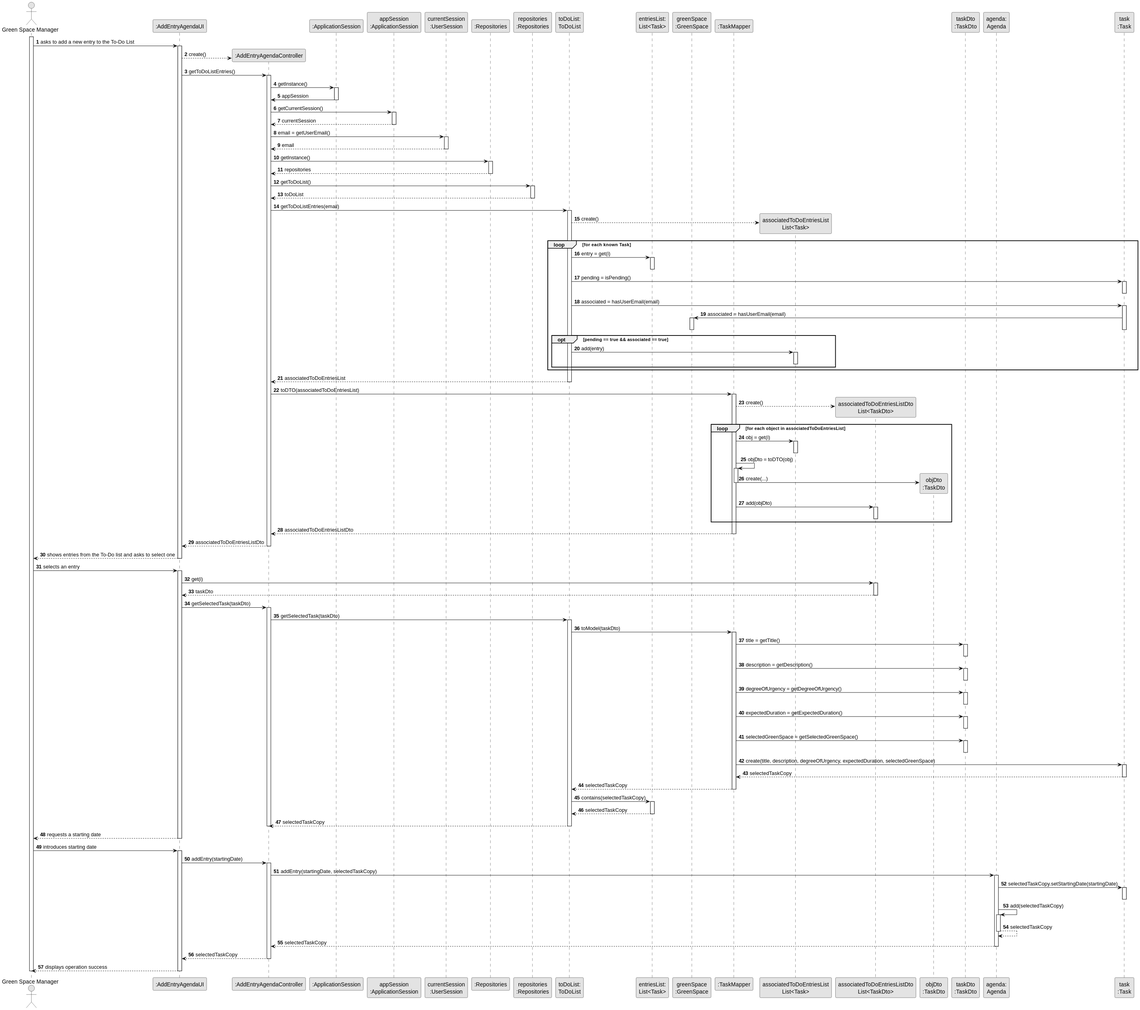
Departamento-de-Engenharia-Informatica/lei-24-s2-1dm-g132 keeps this PlantUML diagram as docs/sprintC/us022/03.design/svg/us022-sequence-diagram-full.svg. Above is the earlier version.
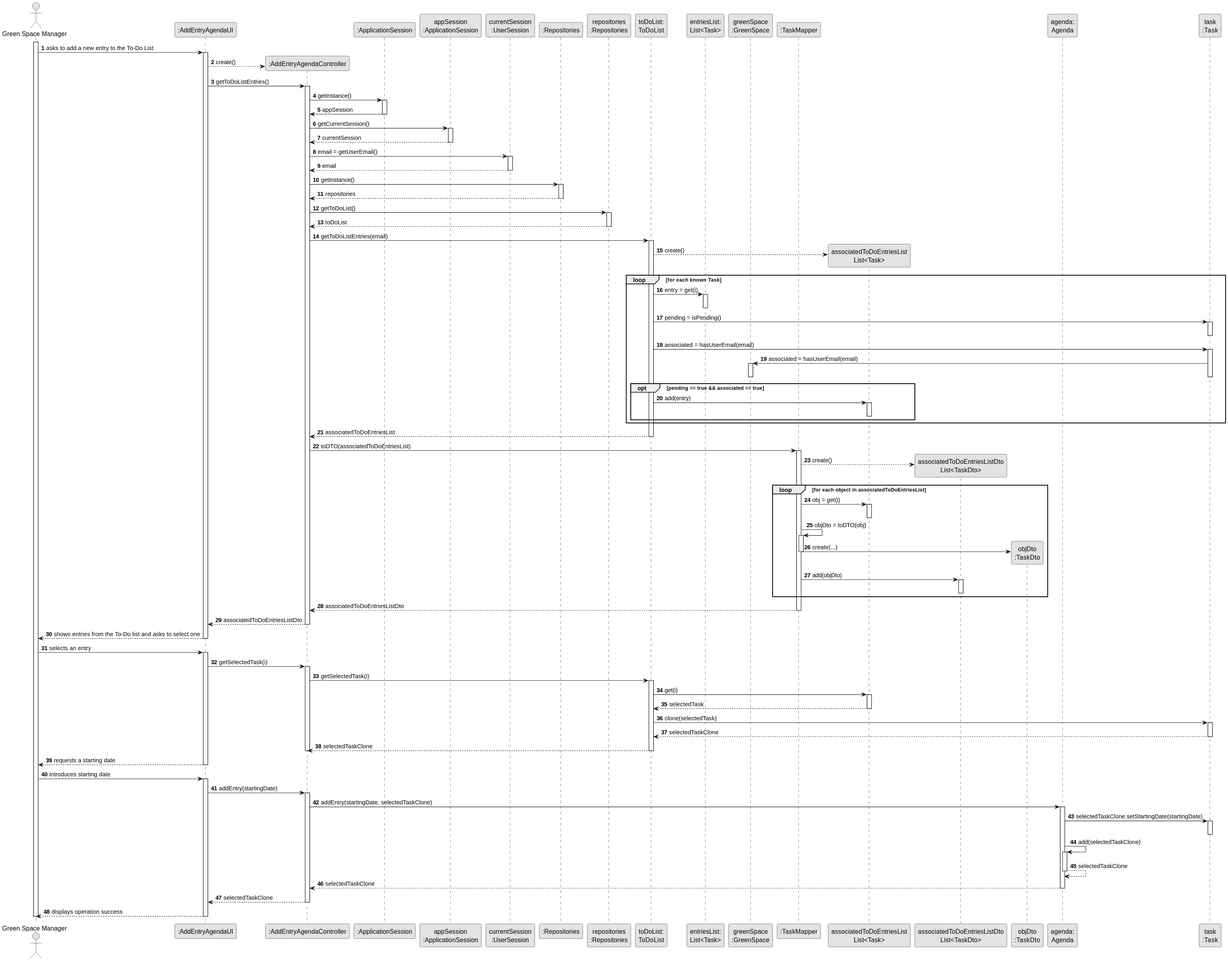
After the commit.

Commit message:
US21, US22 and US23 sequence diagram update

Diff of the diagram source:
```diff
@@ -20,7 +20,6 @@
 participant "associatedToDoEntriesList\nList<Task>" as associatedToDoEntriesList
 participant "associatedToDoEntriesListDto\nList<TaskDto>" as associatedToDoEntriesListDto
 participant "objDto\n:TaskDto" as taskDto
-participant "taskDto\n:TaskDto" as TaskDto
 participant "agenda:\nAgenda" as Agenda
 participant "task\n:Task" as Task
 
@@ -134,57 +133,26 @@
         GSM -> UI : selects an entry
         activate UI
 
-            UI -> associatedToDoEntriesListDto : get(i)
-            activate associatedToDoEntriesListDto
-
-                associatedToDoEntriesListDto --> UI : taskDto
-            deactivate associatedToDoEntriesListDto
-
-            UI -> CTRL : getSelectedTask(taskDto)
+            UI -> CTRL : getSelectedTask(i)
             activate CTRL
 
-                CTRL -> ToDoList : getSelectedTask(taskDto)
+                CTRL -> ToDoList : getSelectedTask(i)
                 activate ToDoList
 
-                    ToDoList -> TaskMapper : toModel(taskDto)
-                    activate TaskMapper
+                    ToDoList -> associatedToDoEntriesList : get(i)
+                    activate associatedToDoEntriesList
 
-                        TaskMapper -> TaskDto : title = getTitle()
-                        activate TaskDto
-                        deactivate TaskDto
+                        associatedToDoEntriesList --> ToDoList : selectedTask
 
-                        TaskMapper -> TaskDto : description = getDescription()
-                        activate TaskDto
-                        deactivate TaskDto
+                    deactivate associatedToDoEntriesList
 
-                        TaskMapper -> TaskDto : degreeOfUrgency = getDegreeOfUrgency()
-                        activate TaskDto
-                        deactivate TaskDto
+                    ToDoList -> Task : clone(selectedTask)
+                    activate Task
 
-                        TaskMapper -> TaskDto : expectedDuration = getExpectedDuration()
-                        activate TaskDto
-                        deactivate TaskDto
+                        Task --> ToDoList : selectedTaskClone
+                    deactivate Task
 
-                        TaskMapper -> TaskDto : selectedGreenSpace = getSelectedGreenSpace()
-                        activate TaskDto
-                        deactivate TaskDto
-
-                        TaskMapper -> Task : create(title, description, degreeOfUrgency, expectedDuration, selectedGreenSpace)
-                        activate Task
-
-                            Task --> TaskMapper : selectedTaskCopy
-                        deactivate Task
-
-                        TaskMapper --> ToDoList : selectedTaskCopy
-                        deactivate TaskMapper
-
-                    ToDoList -> EntriesList: contains(selectedTaskCopy)
-                    activate EntriesList
-
-                        EntriesList --> ToDoList : selectedTaskCopy
-                    deactivate EntriesList
-
-                    ToDoList --> CTRL : selectedTaskCopy
+                    ToDoList --> CTRL : selectedTaskClone
                     deactivate ToDoList
 
                 deactivate CTRL
@@ -198,23 +166,23 @@
             UI -> CTRL : addEntry(startingDate)
             activate CTRL
 
-                CTRL -> Agenda : addEntry(startingDate, selectedTaskCopy)
+                CTRL -> Agenda : addEntry(startingDate, selectedTaskClone)
                 activate Agenda
 
-                    Agenda -> Task : selectedTaskCopy.setStartingDate(startingDate)
+                    Agenda -> Task : selectedTaskClone.setStartingDate(startingDate)
                     activate Task
                     deactivate Task
 
-                    Agenda -> Agenda : add(selectedTaskCopy)
+                    Agenda -> Agenda : add(selectedTaskClone)
                     activate Agenda
 
-                        Agenda --> Agenda : selectedTaskCopy
+                        Agenda --> Agenda : selectedTaskClone
                     deactivate Agenda
 
-                    Agenda --> CTRL : selectedTaskCopy
+                    Agenda --> CTRL : selectedTaskClone
                     deactivate Agenda
 
-                CTRL --> UI : selectedTaskCopy
+                CTRL --> UI : selectedTaskClone
                 deactivate CTRL
 
             UI --> GSM : displays operation success
```
